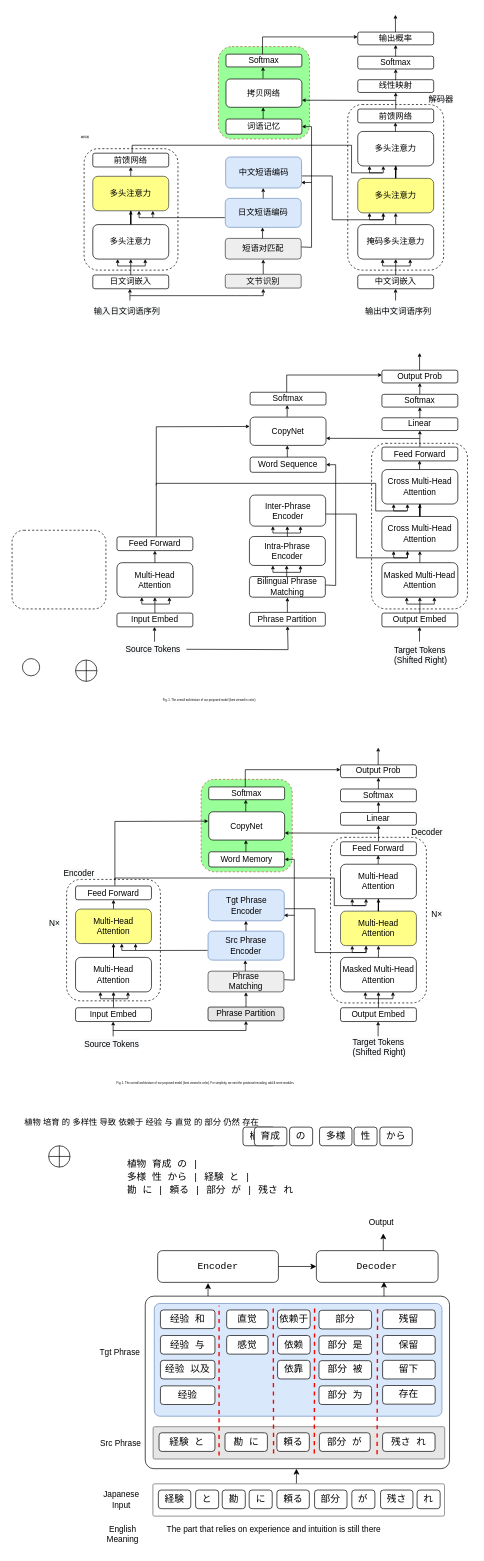
This is phraseNMT.drawio from lizezhonglaile/drawio, a draw.io file, before an edit. Source tidied: cells renumbered, new cells numbered last; positions are measured from the earlier drawing's top-left corner, leaving out a move shared by most shapes. Both pictures are drawn from the tidied source at 69%, with x=0, y=0 at pixel (12, 14).
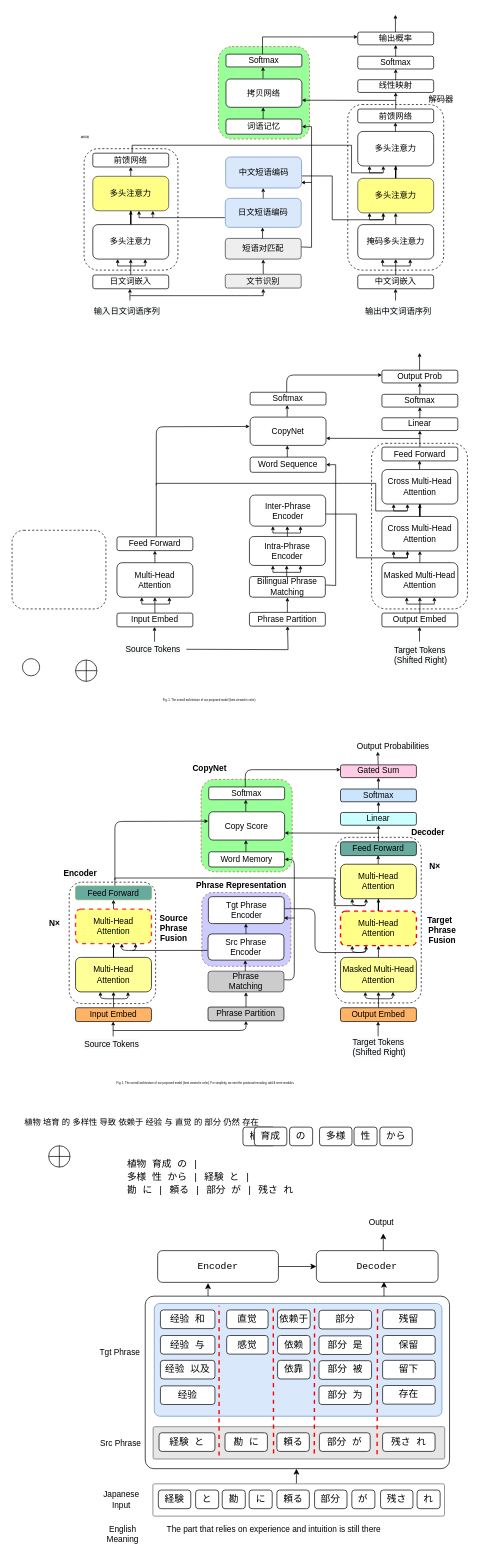
After the change.

The change refers to these unchanged cells:
```xml
<mxCell id="23" value="CopyNet" style="rounded=1;whiteSpace=wrap;html=1;" parent="1" vertex="1">
  <mxGeometry x="345" y="583" width="110" height="41" as="geometry" />
</mxCell>
<mxCell id="77" value="Word Memory" style="rounded=1;whiteSpace=wrap;html=1;" parent="1" vertex="1">
  <mxGeometry x="285" y="1213" width="110" height="22" as="geometry" />
</mxCell>
```

The edit, as a diff of the source:
```diff
@@
+    <mxCell id="246" style="rounded=1;whiteSpace=wrap;html=1;fontSize=4;dashed=1;fillColor=#CCCCFF;strokeColor=#b85450;fillOpacity=100;strokeOpacity=100;" parent="1" vertex="1">
+      <mxGeometry x="275" y="1272" width="129" height="107" as="geometry" />
+    </mxCell>
+    <mxCell id="65" style="rounded=1;whiteSpace=wrap;html=1;fontSize=4;dashed=1;fillColor=none;" parent="1" vertex="1">
+      <mxGeometry x="82.8" y="1257" width="125.2" height="176" as="geometry" />
+    </mxCell>
@@
-    <mxCell id="46" style="edgeStyle=orthogonalEdgeStyle;rounded=0;orthogonalLoop=1;jettySize=auto;html=1;endSize=3;startSize=3;" parent="1" edge="1">
+    <mxCell id="46" style="edgeStyle=orthogonalEdgeStyle;rounded=1;orthogonalLoop=1;jettySize=auto;html=1;endSize=3;startSize=3;" parent="1" edge="1">
       <mxGeometry relative="1" as="geometry">
         <mxPoint x="398" y="547" as="sourcePoint" />
         <mxPoint x="536" y="522" as="targetPoint" />
         <Array as="points">
           <mxPoint x="398" y="522" />
         </Array>
       </mxGeometry>
     </mxCell>
@@
-    <mxCell id="49" style="endArrow=classic;html=1;rounded=0;fontSize=4;startSize=3;endSize=3;jumpSize=3;entryX=-0.006;entryY=0.331;entryDx=0;entryDy=0;entryPerimeter=0;" parent="1" edge="1" target="23">
+    <mxCell id="49" style="endArrow=classic;html=1;rounded=1;fontSize=4;startSize=3;endSize=3;jumpSize=3;entryX=-0.006;entryY=0.331;entryDx=0;entryDy=0;entryPerimeter=0;" parent="1" edge="1" target="23">
       <mxGeometry relative="1" as="geometry">
         <mxPoint x="209" y="682" as="sourcePoint" />
         <Array as="points">
           <mxPoint x="209" y="597" />
         </Array>
       </mxGeometry>
     </mxCell>
@@
-    <mxCell id="58" value="Multi-Head &lt;br&gt;Attention" style="rounded=1;whiteSpace=wrap;html=1;" parent="1" vertex="1">
+    <mxCell id="58" value="Multi-Head &lt;br&gt;Attention" style="rounded=1;whiteSpace=wrap;html=1;fillColor=#FFFF99;" parent="1" vertex="1">
       <mxGeometry x="92" y="1366" width="110" height="50" as="geometry" />
     </mxCell>
@@
-    <mxCell id="60" value="Phrase&lt;br&gt;Matching" style="rounded=1;whiteSpace=wrap;html=1;fillColor=#eeeeee;strokeColor=#36393d;" parent="1" vertex="1">
+    <mxCell id="60" value="Phrase&lt;br&gt;Matching" style="rounded=1;whiteSpace=wrap;html=1;fillColor=#CCCCCC;strokeColor=#36393d;" parent="1" vertex="1">
       <mxGeometry x="284" y="1386" width="110" height="30" as="geometry" />
     </mxCell>
-    <mxCell id="61" style="endArrow=classic;startArrow=classic;html=1;rounded=0;jumpSize=3;fontSize=5;endSize=3;startSize=3;" parent="1" edge="1">
+    <mxCell id="61" style="endArrow=classic;startArrow=classic;html=1;rounded=1;jumpSize=3;fontSize=5;endSize=3;startSize=3;" parent="1" edge="1">
       <mxGeometry relative="1" as="geometry">
         <mxPoint x="128" y="1416" as="sourcePoint" />
         <mxPoint x="168" y="1416" as="targetPoint" />
         <Array as="points">
           <mxPoint x="128" y="1426" />
           <mxPoint x="148" y="1426" />
           <mxPoint x="168" y="1426" />
         </Array>
       </mxGeometry>
     </mxCell>
@@
-    <mxCell id="65" style="rounded=1;whiteSpace=wrap;html=1;fontSize=4;dashed=1;fillColor=none;" parent="1" vertex="1">
-      <mxGeometry x="79" y="1253" width="136" height="176" as="geometry" />
-    </mxCell>
@@
     <mxCell id="67" style="rounded=1;whiteSpace=wrap;html=1;fontSize=4;dashed=1;fillColor=none;" parent="1" vertex="1">
-      <mxGeometry x="461.5" y="1192" width="139" height="240" as="geometry" />
+      <mxGeometry x="468.5" y="1192" width="124.5" height="240" as="geometry" />
     </mxCell>
-    <mxCell id="68" value="Src Phrase&lt;br&gt;Encoder" style="rounded=1;whiteSpace=wrap;html=1;fillColor=#dae8fc;strokeColor=#6c8ebf;" parent="1" vertex="1">
-      <mxGeometry x="284" y="1328" width="110" height="42" as="geometry" />
+    <mxCell id="68" value="Src Phrase&lt;br&gt;Encoder" style="rounded=1;whiteSpace=wrap;html=1;" parent="1" vertex="1">
+      <mxGeometry x="284" y="1332" width="110" height="38" as="geometry" />
     </mxCell>
-    <mxCell id="69" style="edgeStyle=orthogonalEdgeStyle;rounded=0;jumpSize=3;jettySize=auto;html=1;fontSize=4;startArrow=none;startFill=0;endArrow=none;endFill=0;startSize=3;endSize=3;entryX=0.337;entryY=1.015;entryDx=0;entryDy=0;entryPerimeter=0;" parent="1" edge="1" target="84">
+    <mxCell id="69" style="edgeStyle=orthogonalEdgeStyle;rounded=1;jumpSize=3;jettySize=auto;html=1;fontSize=4;startArrow=none;startFill=0;endArrow=none;endFill=0;startSize=3;endSize=3;entryX=0.337;entryY=1.015;entryDx=0;entryDy=0;entryPerimeter=0;" parent="1" edge="1" target="84">
       <mxGeometry relative="1" as="geometry">
         <mxPoint x="394.5" y="1295.5" as="sourcePoint" />
         <Array as="points">
           <mxPoint x="439" y="1296" />
           <mxPoint x="439" y="1359" />
           <mxPoint x="513" y="1359" />
         </Array>
       </mxGeometry>
     </mxCell>
-    <mxCell id="70" value="Tgt Phrase&lt;br&gt;Encoder" style="rounded=1;whiteSpace=wrap;html=1;fillColor=#dae8fc;strokeColor=#6c8ebf;" parent="1" vertex="1">
-      <mxGeometry x="284.5" y="1268" width="110" height="45" as="geometry" />
+    <mxCell id="70" value="Tgt Phrase&lt;br&gt;Encoder" style="rounded=1;whiteSpace=wrap;html=1;" parent="1" vertex="1">
+      <mxGeometry x="284.5" y="1278" width="110" height="39" as="geometry" />
     </mxCell>
-    <mxCell id="71" style="endArrow=classic;startArrow=none;html=1;rounded=0;fontSize=4;startSize=3;endSize=3;jumpSize=3;endFill=1;startFill=0;exitX=1.003;exitY=0.412;exitDx=0;exitDy=0;exitPerimeter=0;entryX=1;entryY=0.5;entryDx=0;entryDy=0;" parent="1" edge="1" source="60" target="77">
+    <mxCell id="71" style="endArrow=classic;startArrow=none;html=1;rounded=1;fontSize=4;startSize=3;endSize=3;jumpSize=3;endFill=1;startFill=0;exitX=1.003;exitY=0.412;exitDx=0;exitDy=0;exitPerimeter=0;entryX=1;entryY=0.5;entryDx=0;entryDy=0;" parent="1" edge="1" source="60" target="77">
       <mxGeometry relative="1" as="geometry">
         <Array as="points">
           <mxPoint x="409" y="1399" />
           <mxPoint x="409" y="1224" />
         </Array>
       </mxGeometry>
     </mxCell>
-    <mxCell id="72" value="Linear" style="rounded=1;whiteSpace=wrap;html=1;" parent="1" vertex="1">
+    <mxCell id="72" value="Linear" style="rounded=1;whiteSpace=wrap;html=1;fillColor=#CCFFFF;" parent="1" vertex="1">
       <mxGeometry x="476" y="1156" width="110" height="18.5" as="geometry" />
     </mxCell>
-    <mxCell id="73" value="Softmax" style="rounded=1;whiteSpace=wrap;html=1;" parent="1" vertex="1">
+    <mxCell id="73" value="Softmax" style="rounded=1;whiteSpace=wrap;html=1;fillColor=#CCE5FF;" parent="1" vertex="1">
       <mxGeometry x="476" y="1122" width="110" height="18.5" as="geometry" />
     </mxCell>
-    <mxCell id="74" value="CopyNet" style="rounded=1;whiteSpace=wrap;html=1;" parent="1" vertex="1">
+    <mxCell id="74" value="Copy Score" style="rounded=1;whiteSpace=wrap;html=1;" parent="1" vertex="1">
       <mxGeometry x="285" y="1155" width="110" height="41" as="geometry" />
     </mxCell>
@@
-    <mxCell id="76" value="Output Prob" style="rounded=1;whiteSpace=wrap;html=1;" parent="1" vertex="1">
+    <mxCell id="76" value="Gated Sum" style="rounded=1;whiteSpace=wrap;html=1;fillColor=#FFCCE6;" parent="1" vertex="1">
       <mxGeometry x="476" y="1087" width="110" height="18.5" as="geometry" />
     </mxCell>
@@
     <mxCell id="80" style="edgeStyle=orthogonalEdgeStyle;rounded=0;orthogonalLoop=1;jettySize=auto;html=1;endSize=3;startSize=3;exitX=0.5;exitY=0;exitDx=0;exitDy=0;" parent="1" edge="1">
       <mxGeometry relative="1" as="geometry">
-        <mxPoint x="339" y="1328" as="sourcePoint" />
-        <mxPoint x="338.9" y="1313" as="targetPoint" />
+        <mxPoint x="339" y="1332" as="sourcePoint" />
+        <mxPoint x="338.9" y="1317" as="targetPoint" />
       </mxGeometry>
     </mxCell>
@@
-    <mxCell id="82" value="&lt;span&gt;Feed Forward&lt;/span&gt;" style="rounded=1;whiteSpace=wrap;html=1;" parent="1" vertex="1">
+    <mxCell id="82" value="&lt;span&gt;Feed Forward&lt;/span&gt;" style="rounded=1;whiteSpace=wrap;html=1;fillColor=#67AB9F;strokeColor=#82b366;" parent="1" vertex="1">
       <mxGeometry x="92" y="1262.5" width="110" height="20" as="geometry" />
     </mxCell>
@@
-    <mxCell id="84" value="Multi-Head &lt;br&gt;Attention" style="rounded=1;whiteSpace=wrap;html=1;fillColor=#ffff88;strokeColor=#36393d;" parent="1" vertex="1">
+    <mxCell id="84" value="Multi-Head &lt;br&gt;Attention" style="rounded=1;whiteSpace=wrap;html=1;fillColor=#ffff88;strokeColor=#FF0000;dashed=1;strokeWidth=2;" parent="1" vertex="1">
       <mxGeometry x="476" y="1299" width="110" height="50" as="geometry" />
     </mxCell>
@@
-    <mxCell id="86" style="endArrow=classic;startArrow=classic;html=1;rounded=0;jumpSize=3;fontSize=5;endSize=3;startSize=3;" parent="1" edge="1">
+    <mxCell id="86" style="endArrow=classic;startArrow=classic;html=1;rounded=1;jumpSize=3;fontSize=5;endSize=3;startSize=3;" parent="1" edge="1">
       <mxGeometry relative="1" as="geometry">
         <mxPoint x="493" y="1349" as="sourcePoint" />
         <mxPoint x="513" y="1349" as="targetPoint" />
         <Array as="points">
           <mxPoint x="493" y="1359" />
           <mxPoint x="513" y="1359" />
         </Array>
       </mxGeometry>
     </mxCell>
@@
-    <mxCell id="88" value="&lt;span&gt;Feed Forward&lt;/span&gt;" style="rounded=1;whiteSpace=wrap;html=1;" parent="1" vertex="1">
+    <mxCell id="88" value="&lt;span&gt;Feed Forward&lt;/span&gt;" style="rounded=1;whiteSpace=wrap;html=1;fillColor=#67AB9F;" parent="1" vertex="1">
       <mxGeometry x="476" y="1198.5" width="110" height="20" as="geometry" />
     </mxCell>
-    <mxCell id="89" value="Masked Multi-Head &lt;br&gt;Attention" style="rounded=1;whiteSpace=wrap;html=1;" parent="1" vertex="1">
+    <mxCell id="89" value="Masked Multi-Head &lt;br&gt;Attention" style="rounded=1;whiteSpace=wrap;html=1;fillColor=#FFFF99;" parent="1" vertex="1">
       <mxGeometry x="476" y="1366" width="110" height="50" as="geometry" />
     </mxCell>
@@
-    <mxCell id="91" style="endArrow=classic;startArrow=classic;html=1;rounded=0;jumpSize=3;fontSize=5;endSize=3;startSize=3;" parent="1" edge="1">
+    <mxCell id="91" style="endArrow=classic;startArrow=classic;html=1;rounded=1;jumpSize=3;fontSize=5;endSize=3;startSize=3;" parent="1" edge="1">
       <mxGeometry relative="1" as="geometry">
         <mxPoint x="512" y="1416" as="sourcePoint" />
         <mxPoint x="552" y="1416" as="targetPoint" />
         <Array as="points">
           <mxPoint x="512" y="1426" />
           <mxPoint x="532" y="1426" />
           <mxPoint x="552" y="1426" />
         </Array>
       </mxGeometry>
     </mxCell>
@@
-    <mxCell id="93" style="edgeStyle=orthogonalEdgeStyle;rounded=0;orthogonalLoop=1;jettySize=auto;html=1;endSize=3;startSize=3;" parent="1" edge="1">
+    <mxCell id="93" style="edgeStyle=orthogonalEdgeStyle;rounded=1;orthogonalLoop=1;jettySize=auto;html=1;endSize=3;startSize=3;" parent="1" edge="1">
       <mxGeometry relative="1" as="geometry">
         <mxPoint x="338" y="1119" as="sourcePoint" />
         <mxPoint x="476" y="1094" as="targetPoint" />
         <Array as="points">
           <mxPoint x="338" y="1094" />
         </Array>
       </mxGeometry>
     </mxCell>
@@
-    <mxCell id="95" style="edgeStyle=orthogonalEdgeStyle;rounded=0;orthogonalLoop=1;jettySize=auto;html=1;exitX=0.5;exitY=0;exitDx=0;exitDy=0;entryX=0.5;entryY=1;entryDx=0;entryDy=0;endSize=3;startSize=3;" parent="1" edge="1">
+    <mxCell id="95" style="edgeStyle=orthogonalEdgeStyle;rounded=0;orthogonalLoop=1;jettySize=auto;html=1;exitX=0.5;exitY=0;exitDx=0;exitDy=0;endSize=3;startSize=3;" parent="1" edge="1">
       <mxGeometry relative="1" as="geometry">
         <mxPoint x="530.6" y="1087" as="sourcePoint" />
-        <mxPoint x="530.6" y="1062" as="targetPoint" />
+        <mxPoint x="530" y="1068" as="targetPoint" />
       </mxGeometry>
     </mxCell>
-    <mxCell id="96" style="endArrow=classic;html=1;rounded=0;fontSize=4;startSize=3;endSize=3;jumpSize=3;entryX=-0.006;entryY=0.331;entryDx=0;entryDy=0;entryPerimeter=0;" parent="1" edge="1" target="74">
+    <mxCell id="96" style="endArrow=classic;html=1;rounded=1;fontSize=4;startSize=3;endSize=3;jumpSize=3;entryX=-0.006;entryY=0.331;entryDx=0;entryDy=0;entryPerimeter=0;" parent="1" edge="1" target="74">
       <mxGeometry relative="1" as="geometry">
         <mxPoint x="149" y="1254" as="sourcePoint" />
         <Array as="points">
           <mxPoint x="149" y="1169" />
         </Array>
       </mxGeometry>
     </mxCell>
@@
-    <mxCell id="98" value="Multi-Head &lt;br&gt;Attention" style="rounded=1;whiteSpace=wrap;html=1;" parent="1" vertex="1">
+    <mxCell id="98" value="Multi-Head &lt;br&gt;Attention" style="rounded=1;whiteSpace=wrap;html=1;fillColor=#FFFF99;" parent="1" vertex="1">
       <mxGeometry x="476" y="1231" width="110" height="50" as="geometry" />
     </mxCell>
@@
-    <mxCell id="101" style="endArrow=classic;startArrow=classic;html=1;rounded=0;jumpSize=3;fontSize=5;endSize=3;startSize=3;" parent="1" edge="1">
+    <mxCell id="101" style="endArrow=classic;startArrow=classic;html=1;rounded=1;jumpSize=3;fontSize=5;endSize=3;startSize=3;" parent="1" edge="1">
       <mxGeometry relative="1" as="geometry">
         <mxPoint x="493" y="1281" as="sourcePoint" />
         <mxPoint x="513" y="1281" as="targetPoint" />
         <Array as="points">
           <mxPoint x="493" y="1291" />
           <mxPoint x="513" y="1291" />
         </Array>
       </mxGeometry>
     </mxCell>
@@
     <mxCell id="103" style="endArrow=classic;html=1;rounded=0;fontSize=4;startSize=3;endSize=3;jumpSize=3;entryX=1;entryY=0.75;entryDx=0;entryDy=0;" parent="1" edge="1">
       <mxGeometry relative="1" as="geometry">
-        <mxPoint x="409" y="1305" as="sourcePoint" />
-        <mxPoint x="394" y="1305" as="targetPoint" />
+        <mxPoint x="409" y="1309" as="sourcePoint" />
+        <mxPoint x="394" y="1309" as="targetPoint" />
       </mxGeometry>
     </mxCell>
-    <mxCell id="104" value="Multi-Head &lt;br&gt;Attention" style="rounded=1;whiteSpace=wrap;html=1;fillColor=#ffff88;strokeColor=#36393d;" parent="1" vertex="1">
+    <mxCell id="104" value="Multi-Head &lt;br&gt;Attention" style="rounded=1;whiteSpace=wrap;html=1;fillColor=#ffff88;strokeColor=#FF3333;strokeWidth=2;dashed=1;" parent="1" vertex="1">
       <mxGeometry x="92" y="1296" width="110" height="50" as="geometry" />
     </mxCell>
-    <mxCell id="105" style="endArrow=classic;startArrow=classic;html=1;rounded=0;jumpSize=3;fontSize=5;endSize=3;startSize=3;" parent="1" edge="1">
+    <mxCell id="105" style="endArrow=classic;startArrow=classic;html=1;rounded=1;jumpSize=3;fontSize=5;endSize=3;startSize=3;" parent="1" edge="1">
       <mxGeometry relative="1" as="geometry">
         <mxPoint x="159" y="1346" as="sourcePoint" />
         <mxPoint x="179" y="1346" as="targetPoint" />
         <Array as="points">
           <mxPoint x="159" y="1356" />
           <mxPoint x="179" y="1356" />
         </Array>
       </mxGeometry>
     </mxCell>
@@
     <mxCell id="107" style="endArrow=none;html=1;rounded=0;fontSize=4;startSize=3;endSize=3;jumpSize=3;entryX=-0.006;entryY=0.569;entryDx=0;entryDy=0;entryPerimeter=0;" parent="1" edge="1">
       <mxGeometry relative="1" as="geometry">
-        <mxPoint x="179" y="1356" as="sourcePoint" />
+        <mxPoint x="174" y="1356" as="sourcePoint" />
         <mxPoint x="283.3" y="1355.9" as="targetPoint" />
       </mxGeometry>
     </mxCell>
@@
-    <mxCell id="109" value="&lt;span style=&quot;color: rgb(0, 0, 0); font-family: helvetica; font-size: 12px; font-style: normal; font-weight: 400; letter-spacing: normal; text-align: center; text-indent: 0px; text-transform: none; word-spacing: 0px; background-color: rgb(248, 249, 250); display: inline; float: none;&quot;&gt;Encoder&lt;/span&gt;" style="text;whiteSpace=wrap;html=1;fontSize=4;" parent="1" vertex="1">
+    <mxCell id="109" value="&lt;span style=&quot;color: rgb(0, 0, 0); font-family: helvetica; font-size: 12px; font-style: normal; letter-spacing: normal; text-align: center; text-indent: 0px; text-transform: none; word-spacing: 0px; background-color: rgb(248, 249, 250); display: inline; float: none;&quot;&gt;&lt;b&gt;Encoder&lt;/b&gt;&lt;/span&gt;" style="text;whiteSpace=wrap;html=1;fontSize=4;" parent="1" vertex="1">
       <mxGeometry x="73" y="1231" width="65" height="19" as="geometry" />
     </mxCell>
-    <mxCell id="110" value="&lt;span style=&quot;color: rgb(0 , 0 , 0) ; font-family: &amp;#34;helvetica&amp;#34; ; font-size: 12px ; font-style: normal ; font-weight: 400 ; letter-spacing: normal ; text-align: center ; text-indent: 0px ; text-transform: none ; word-spacing: 0px ; background-color: rgb(248 , 249 , 250) ; display: inline ; float: none&quot;&gt;Decoder&lt;/span&gt;" style="text;whiteSpace=wrap;html=1;fontSize=4;" parent="1" vertex="1">
+    <mxCell id="110" value="&lt;span style=&quot;color: rgb(0, 0, 0); font-family: helvetica; font-size: 12px; font-style: normal; letter-spacing: normal; text-align: center; text-indent: 0px; text-transform: none; word-spacing: 0px; background-color: rgb(248, 249, 250); display: inline; float: none;&quot;&gt;&lt;b&gt;Decoder&lt;/b&gt;&lt;/span&gt;" style="text;whiteSpace=wrap;html=1;fontSize=4;" parent="1" vertex="1">
       <mxGeometry x="577" y="1171" width="65" height="19" as="geometry" />
     </mxCell>
@@
-    <mxCell id="178" value="Input Embed" style="rounded=1;whiteSpace=wrap;html=1;" parent="1" vertex="1">
+    <mxCell id="178" value="Input Embed" style="rounded=1;whiteSpace=wrap;html=1;fillColor=#FFB366;" parent="1" vertex="1">
       <mxGeometry x="92" y="1439" width="110" height="20" as="geometry" />
     </mxCell>
-    <mxCell id="179" value="Phrase Partition" style="rounded=1;whiteSpace=wrap;html=1;fillColor=#E6E6E6;" parent="1" vertex="1">
+    <mxCell id="179" value="Phrase Partition" style="rounded=1;whiteSpace=wrap;html=1;fillColor=#CCCCCC;" parent="1" vertex="1">
       <mxGeometry x="284" y="1438" width="110" height="20" as="geometry" />
     </mxCell>
-    <mxCell id="180" value="Output Embed" style="rounded=1;whiteSpace=wrap;html=1;" parent="1" vertex="1">
+    <mxCell id="180" value="Output Embed" style="rounded=1;whiteSpace=wrap;html=1;fillColor=#FFB366;" parent="1" vertex="1">
       <mxGeometry x="476" y="1439" width="110" height="20" as="geometry" />
     </mxCell>
-    <mxCell id="181" style="endArrow=classic;html=1;rounded=0;fontSize=4;startSize=3;endSize=3;jumpSize=3;" parent="1" edge="1" target="179">
+    <mxCell id="181" style="endArrow=classic;html=1;rounded=1;fontSize=4;startSize=3;endSize=3;jumpSize=3;" parent="1" edge="1" target="179">
       <mxGeometry relative="1" as="geometry">
         <mxPoint x="146" y="1472" as="sourcePoint" />
         <Array as="points">
           <mxPoint x="339" y="1472" />
         </Array>
       </mxGeometry>
     </mxCell>
@@
-    <mxCell id="244" value="&lt;span style=&quot;color: rgb(0, 0, 0); font-family: helvetica; font-size: 12px; font-style: normal; font-weight: 400; letter-spacing: normal; text-align: center; text-indent: 0px; text-transform: none; word-spacing: 0px; background-color: rgb(248, 249, 250); display: inline; float: none;&quot;&gt;N×&lt;/span&gt;" style="text;whiteSpace=wrap;html=1;fontSize=4;" parent="1" vertex="1">
+    <mxCell id="244" value="&lt;span style=&quot;color: rgb(0, 0, 0); font-family: helvetica; font-size: 12px; font-style: normal; letter-spacing: normal; text-align: center; text-indent: 0px; text-transform: none; word-spacing: 0px; background-color: rgb(248, 249, 250); display: inline; float: none;&quot;&gt;&lt;b&gt;N×&lt;/b&gt;&lt;/span&gt;" style="text;whiteSpace=wrap;html=1;fontSize=4;" parent="1" vertex="1">
       <mxGeometry x="52" y="1302.5" width="21" height="19" as="geometry" />
     </mxCell>
-    <mxCell id="245" value="&lt;span style=&quot;color: rgb(0, 0, 0); font-family: helvetica; font-size: 12px; font-style: normal; font-weight: 400; letter-spacing: normal; text-align: center; text-indent: 0px; text-transform: none; word-spacing: 0px; background-color: rgb(248, 249, 250); display: inline; float: none;&quot;&gt;N×&lt;/span&gt;" style="text;whiteSpace=wrap;html=1;fontSize=4;" parent="1" vertex="1">
-      <mxGeometry x="606" y="1290" width="21" height="19" as="geometry" />
+    <mxCell id="245" value="&lt;span style=&quot;color: rgb(0, 0, 0); font-family: helvetica; font-size: 12px; font-style: normal; letter-spacing: normal; text-align: center; text-indent: 0px; text-transform: none; word-spacing: 0px; background-color: rgb(248, 249, 250); display: inline; float: none;&quot;&gt;&lt;b&gt;N×&lt;/b&gt;&lt;/span&gt;" style="text;whiteSpace=wrap;html=1;fontSize=4;" parent="1" vertex="1">
+      <mxGeometry x="603" y="1221" width="21" height="19" as="geometry" />
     </mxCell>
+    <mxCell id="247" value="&lt;span style=&quot;color: rgb(0, 0, 0); font-family: Helvetica; font-size: 12px; font-style: normal; font-variant-ligatures: normal; font-variant-caps: normal; font-weight: 400; letter-spacing: normal; orphans: 2; text-align: center; text-indent: 0px; text-transform: none; widows: 2; word-spacing: 0px; -webkit-text-stroke-width: 0px; background-color: rgb(251, 251, 251); text-decoration-thickness: initial; text-decoration-style: initial; text-decoration-color: initial; float: none; display: inline !important;&quot;&gt;Output Probabilities&lt;/span&gt;" style="text;whiteSpace=wrap;html=1;" parent="1" vertex="1">
+      <mxGeometry x="498" y="1046" width="121" height="36" as="geometry" />
+    </mxCell>
+    <mxCell id="248" value="&lt;b&gt;CopyNet&lt;/b&gt;" style="text;html=1;align=center;verticalAlign=middle;strokeColor=none;fillColor=none;" parent="1" vertex="1">
+      <mxGeometry x="252.6" y="1079.5" width="67" height="26" as="geometry" />
+    </mxCell>
+    <mxCell id="249" value="&lt;b&gt;Phrase Representation&lt;/b&gt;" style="text;html=1;align=center;verticalAlign=middle;strokeColor=none;fillColor=none;" parent="1" vertex="1">
+      <mxGeometry x="257" y="1249" width="149" height="26" as="geometry" />
+    </mxCell>
+    <mxCell id="250" value="&lt;b&gt;Source&lt;br&gt;Phrase&lt;br&gt;Fusion&lt;br&gt;&lt;/b&gt;" style="text;html=1;align=center;verticalAlign=middle;strokeColor=none;fillColor=none;" parent="1" vertex="1">
+      <mxGeometry x="204" y="1296.5" width="59" height="55" as="geometry" />
+    </mxCell>
+    <mxCell id="251" value="&lt;b&gt;Target&amp;nbsp;&amp;nbsp;&lt;br&gt;Phrase&lt;br&gt;Fusion&lt;br&gt;&lt;/b&gt;" style="text;html=1;align=center;verticalAlign=middle;strokeColor=none;fillColor=none;" parent="1" vertex="1">
+      <mxGeometry x="593" y="1299" width="60" height="55" as="geometry" />
+    </mxCell>
```
